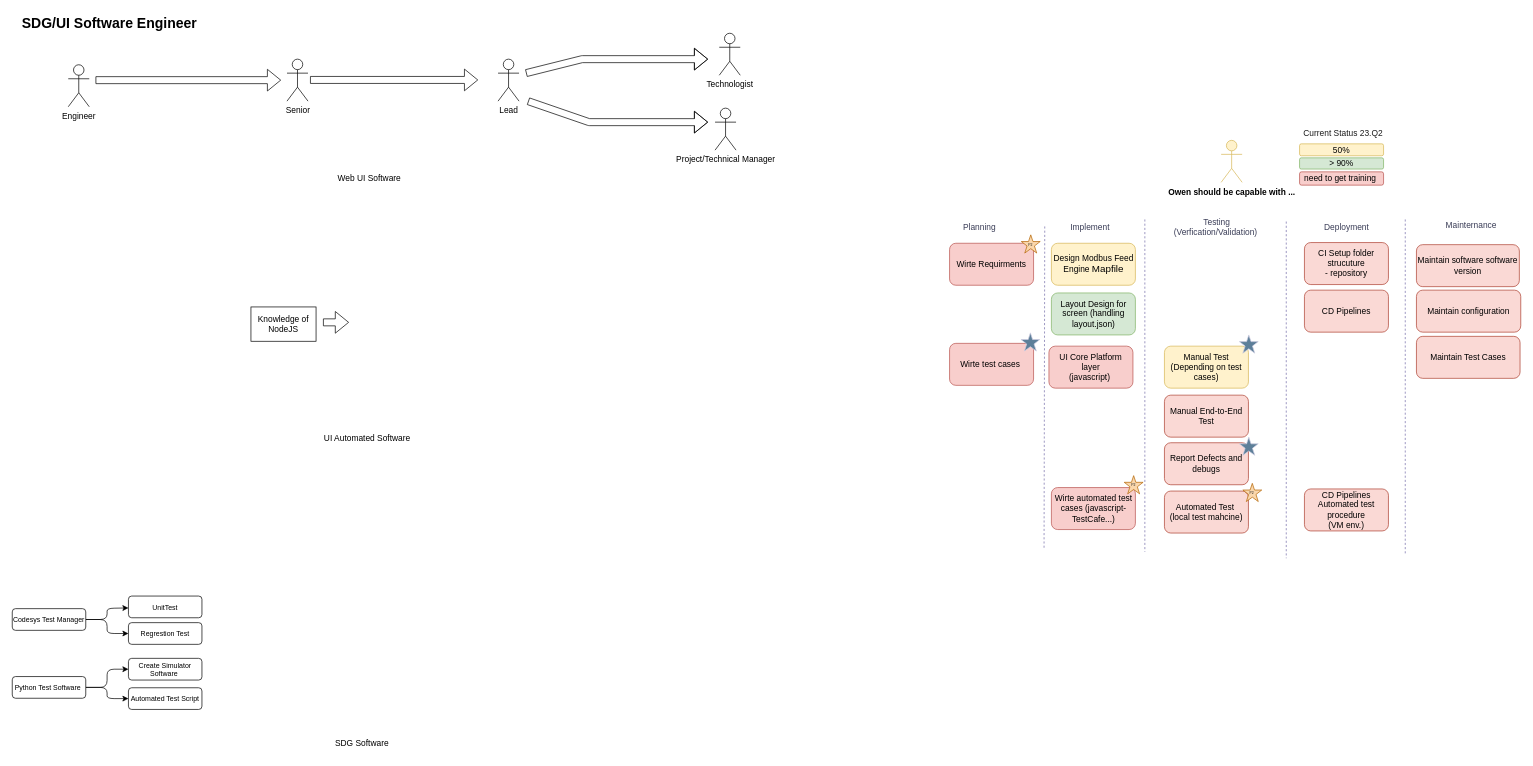
Above: page "SDG/UI" (3 of 5) of CareerWorkShop.drawio in EdwardsKorea/CommonDrawIO (draw.io), before the change. Source tidied: cells renumbered, new cells numbered last; positions are measured from the earlier drawing's top-left corner, leaving out a move shared by most shapes. Both pictures are drawn from the tidied source at 70%, with x=0, y=0 at pixel (12, 12).
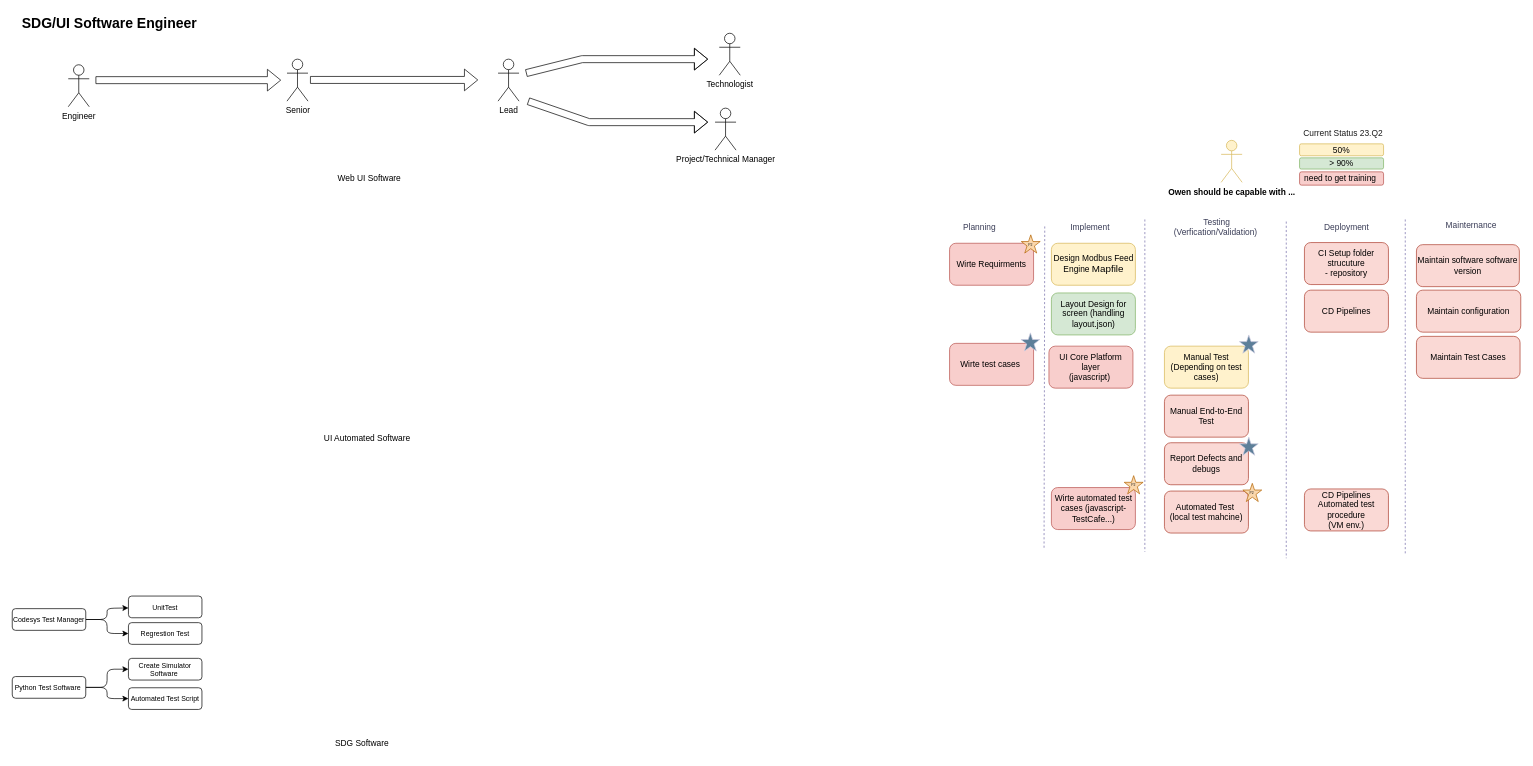
Above is the later version.

Change to the diagram source:
```diff
@@
-    <mxCell id="67" value="Knowledge of NodeJS" style="rounded=0;whiteSpace=wrap;html=1;" parent="1" vertex="1">
-      <mxGeometry x="341" y="421" width="93" height="49" as="geometry" />
-    </mxCell>
-    <mxCell id="68" style="shape=flexArrow;endArrow=classic;html=1;rounded=0;" parent="1" edge="1">
-      <mxGeometry relative="1" as="geometry">
-        <mxPoint x="444" y="443" as="sourcePoint" />
-        <mxPoint x="481" y="443" as="targetPoint" />
-      </mxGeometry>
-    </mxCell>
```
